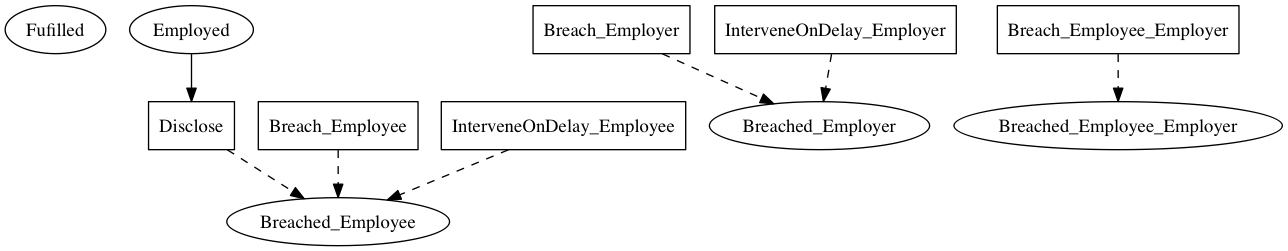
Above: linear_state_machine_language/pyL4/examples/out_graphviz/toy_and_teaching/hvitved_modeling_prohibition_trivial_nda.png in Marcao02/complaw-deeptech (Graphviz), before the change. Its source is kept beside it as linear_state_machine_language/pyL4/examples/out_graphviz/toy_and_teaching/hvitved_modeling_prohibition_trivial_nda.dot.
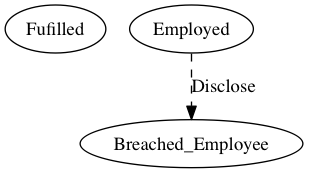
Above is the later version.

What changed in the source:
```diff
@@ -1,29 +1,15 @@
 
 digraph Hvitved_prohibitions_NDA {
     Fulfilled[label=Fufilled];
-    Employed[label=Employed];
-	Breached_Employer[label=Breached_Employer];
-	Breached_Employee[label=Breached_Employee];
-	Breached_Employee_Employer[label=Breached_Employee_Employer]
-
-
-    Disclose[label=Disclose,shape=box];
-	Breach_Employer[label=Breach_Employer,shape=box];
-	Breach_Employee[label=Breach_Employee,shape=box];
-	Breach_Employee_Employer[label=Breach_Employee_Employer,shape=box];
-	InterveneOnDelay_Employee[label=InterveneOnDelay_Employee,shape=box];
-	InterveneOnDelay_Employer[label=InterveneOnDelay_Employer,shape=box]
+    Employed[label=Employed]
 
 
 
-    Employed -> Disclose
 
-    Disclose -> Breached_Employee [style=dashed];
-	Breach_Employer -> Breached_Employer [style=dashed];
-	Breach_Employee -> Breached_Employee [style=dashed];
-	Breach_Employee_Employer -> Breached_Employee_Employer [style=dashed];
-	InterveneOnDelay_Employee -> Breached_Employee [style=dashed];
-	InterveneOnDelay_Employer -> Breached_Employer [style=dashed];
+
+
+
+    Employed -> Breached_Employee [style=dashed,label=Disclose];
 
 
 
```
